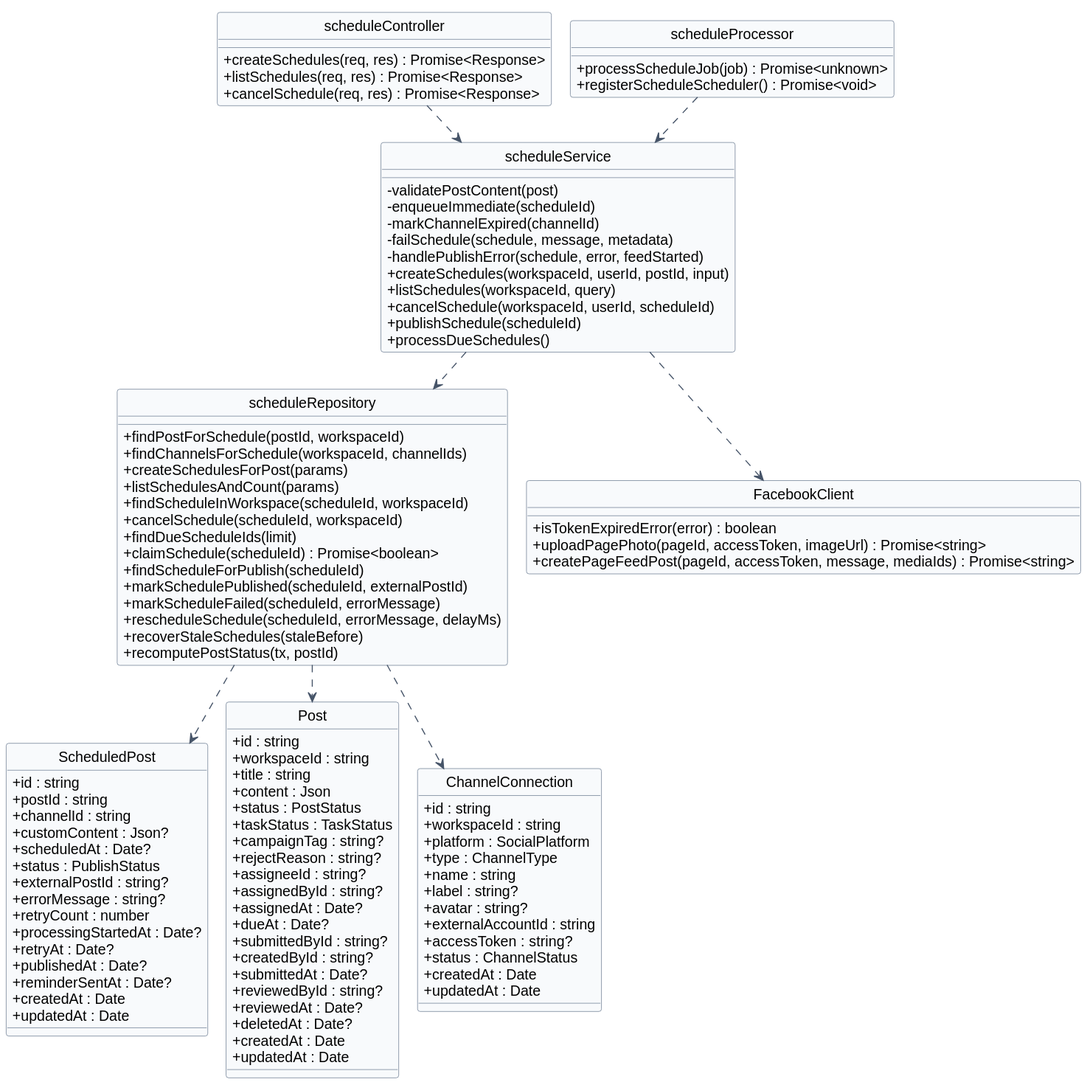
Above: docs/diagrams/07-schedule.svg in Pham-Hong-Ky/marka-capstone (PlantUML), before the change.
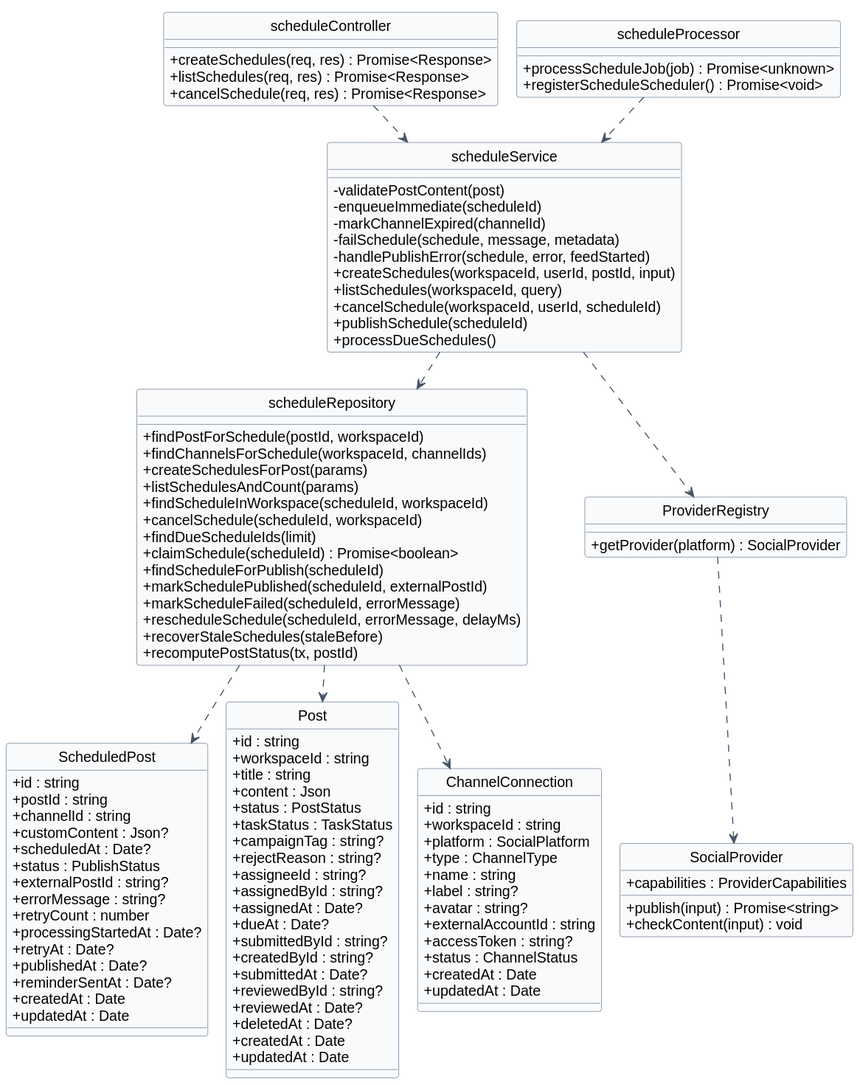
After the commit.

The edit, as a diff of the source:
```diff
@@ -112,15 +112,20 @@
   + registerScheduleScheduler() : Promise<void>
 }
 
-class "FacebookClient" as facebookClient {
-  + isTokenExpiredError(error) : boolean
-  + uploadPagePhoto(pageId, accessToken, imageUrl) : Promise<string>
-  + createPageFeedPost(pageId, accessToken, message, mediaIds) : Promise<string>
+class "ProviderRegistry" as providerRegistry {
+  + getProvider(platform) : SocialProvider
+}
+
+class "SocialProvider" as socialProvider {
+  + capabilities : ProviderCapabilities
+  + publish(input) : Promise<string>
+  + checkContent(input) : void
 }
 
 scheduleController ..> scheduleService
 scheduleService ..> scheduleRepository
-scheduleService ..> facebookClient
+scheduleService ..> providerRegistry
+providerRegistry ..> socialProvider
 scheduleProcessor ..> scheduleService
 
 scheduleRepository ..> ScheduledPost
```
